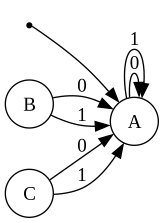
Above: webapp/webapp/static/dfa.gv.png in Daniels1610/DFA-to-CFG (Graphviz), before the change. Its source is kept beside it as webapp/webapp/static/dfa.gv.
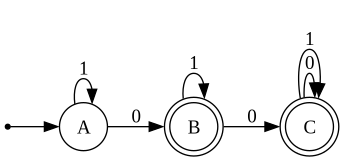
The same file after the commit.

The edit, as a diff of the source:
```diff
@@ -5,12 +5,12 @@
 	A
 	qi -> A
 	A
-	B
-	C
-	A -> A [label=0]
+	B [shape=doublecircle]
+	C [shape=doublecircle]
+	A -> B [label=0]
 	A -> A [label=1]
-	B -> A [label=0]
-	B -> A [label=1]
-	C -> A [label=0]
-	C -> A [label=1]
+	B -> C [label=0]
+	B -> B [label=1]
+	C -> C [label=0]
+	C -> C [label=1]
 }
```
